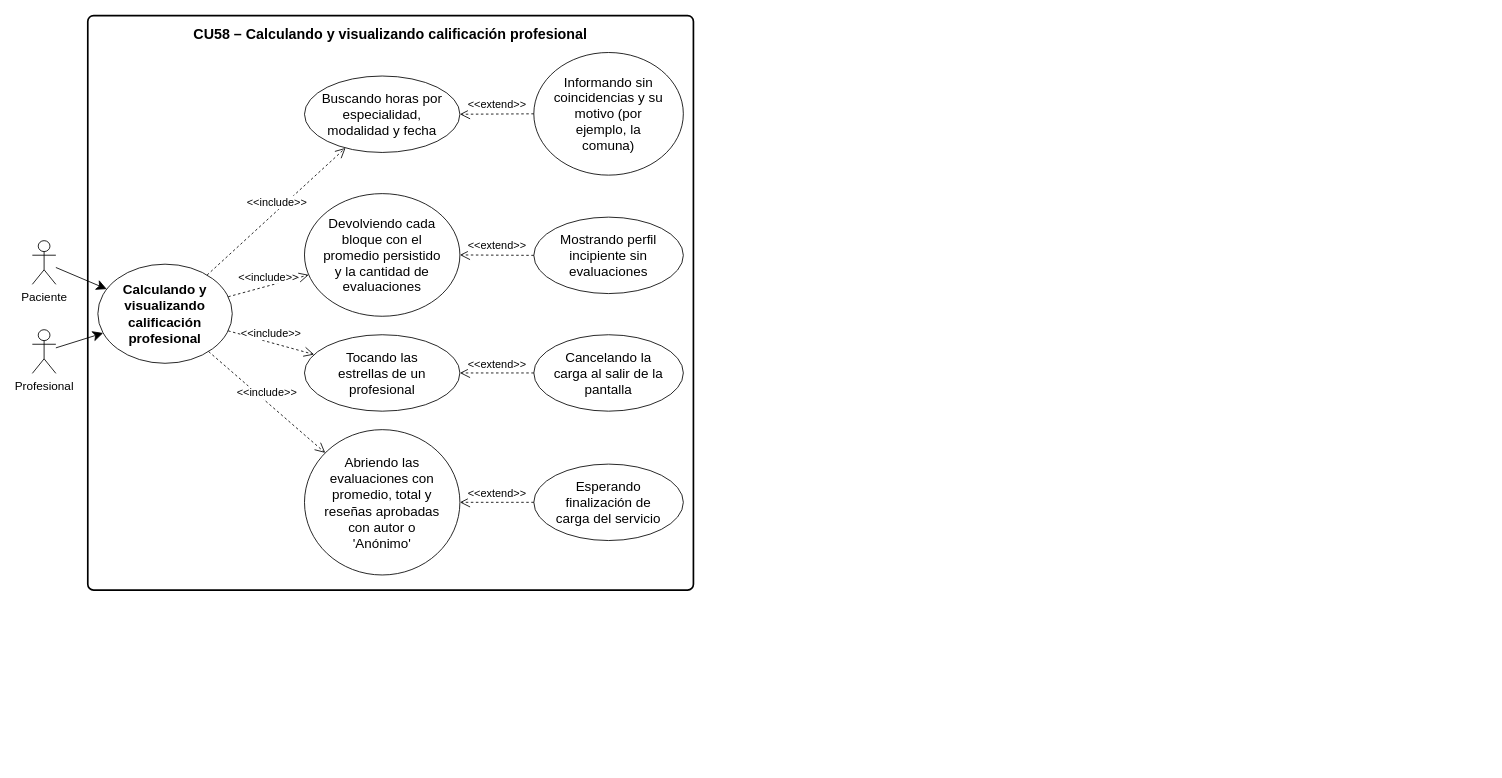
Before: Documento 0/Diagramas de CU/CU58.drawio in souln4me/IDS_Documentacion_Grupo17, a draw.io diagram. Source tidied: cells renumbered, new cells numbered last; positions are measured from the earlier drawing's top-left corner, leaving out a move shared by most shapes. Both pictures are drawn from the tidied source at 84%, with x=0, y=0 at pixel (32, 15).
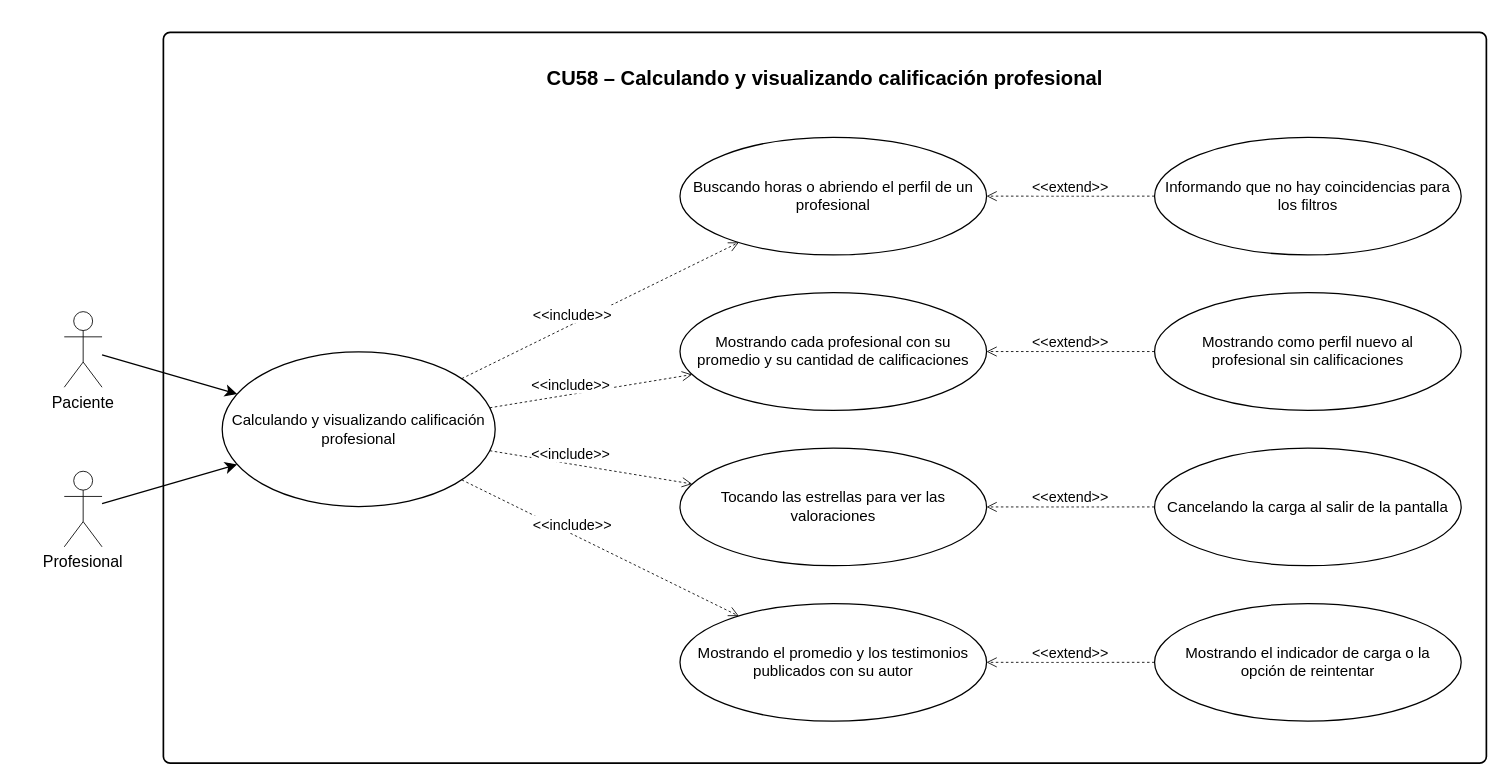
The same page after the edit.

Diff of the diagram source:
```diff
@@
-<mxGraphModel>
+<mxGraphModel background="#ffffff">
@@
-    <mxCell id="2" style="rounded=1;whiteSpace=wrap;html=1;absoluteArcSize=1;arcSize=14;strokeWidth=2;fillColor=none;" parent="1" vertex="1">
-      <mxGeometry x="66" width="721" height="684" as="geometry" />
-    </mxCell>
+    <mxCell id="25" style="rounded=1;whiteSpace=wrap;html=0;absoluteArcSize=1;arcSize=16;strokeWidth=2;fillColor=none;strokeColor=#000000;" parent="1" vertex="1">
+      <mxGeometry x="156" y="20" width="1575" height="870" as="geometry" />
+    </mxCell>
-    <mxCell id="3" value="CU58 – Calculando y visualizando calificación profesional" style="text;html=1;align=center;verticalAlign=middle;fontStyle=1;strokeColor=none;fillColor=none;fontSize=17;whiteSpace=wrap;" parent="1" vertex="1">
-      <mxGeometry x="76" y="6" width="701" height="34" as="geometry" />
+    <mxCell id="3" value="CU58 – Calculando y visualizando calificación profesional" style="text;html=0;align=center;verticalAlign=middle;fontStyle=1;strokeColor=none;fillColor=none;fontSize=24;fontFamily=Arial;fontColor=#000000;" parent="1" vertex="1">
+      <mxGeometry x="186" y="40" width="1515" height="65" as="geometry" />
     </mxCell>
-    <mxCell id="4" value="Calculando y visualizando calificación profesional" style="ellipse;whiteSpace=wrap;html=1;fontSize=16;spacing=0;spacingLeft=18;spacingRight=18;fontStyle=1;" parent="1" vertex="1">
-      <mxGeometry x="78" y="296" width="160" height="118" as="geometry" />
+    <mxCell id="4" value="Calculando y visualizando calificación profesional" style="ellipse;whiteSpace=wrap;html=0;align=center;verticalAlign=middle;fillColor=#FFFFFF;strokeColor=#000000;strokeWidth=1.5;fontFamily=Arial;fontSize=18;fontColor=#000000;spacing=12;" parent="1" vertex="1">
+      <mxGeometry x="226" y="400.5" width="325" height="184" as="geometry" />
     </mxCell>
-    <mxCell id="5" value="Buscando horas por especialidad, modalidad y fecha" style="ellipse;whiteSpace=wrap;html=1;fontSize=16;spacing=0;spacingLeft=20;spacingRight=20;" parent="1" vertex="1">
-      <mxGeometry x="324" y="72" width="185" height="91" as="geometry" />
-    </mxCell>
-    <mxCell id="6" value="&amp;lt;&amp;lt;include&amp;gt;&amp;gt;" style="html=1;verticalAlign=bottom;labelBackgroundColor=#ffffff;endArrow=open;dashed=1;endSize=10;curved=0;rounded=0;fontSize=13;" parent="1" edge="1" source="4" target="5">
-      <mxGeometry relative="1" as="geometry" />
-    </mxCell>
-    <mxCell id="7" value="Informando sin coincidencias y su motivo (por ejemplo, la comuna)" style="ellipse;whiteSpace=wrap;html=1;fontSize=16;spacing=0;spacingLeft=20;spacingRight=20;" parent="1" vertex="1">
-      <mxGeometry x="597" y="44" width="178" height="146" as="geometry" />
-    </mxCell>
-    <mxCell id="8" value="&amp;lt;&amp;lt;extend&amp;gt;&amp;gt;" style="html=1;verticalAlign=bottom;labelBackgroundColor=#ffffff;endArrow=open;dashed=1;endSize=10;curved=0;rounded=0;fontSize=13;" parent="1" edge="1" source="7" target="5">
-      <mxGeometry relative="1" as="geometry" />
-    </mxCell>
-    <mxCell id="9" value="Devolviendo cada bloque con el promedio persistido y la cantidad de evaluaciones" style="ellipse;whiteSpace=wrap;html=1;fontSize=16;spacing=0;spacingLeft=20;spacingRight=20;" parent="1" vertex="1">
-      <mxGeometry x="324" y="212" width="185" height="146" as="geometry" />
-    </mxCell>
-    <mxCell id="10" value="&amp;lt;&amp;lt;include&amp;gt;&amp;gt;" style="html=1;verticalAlign=bottom;labelBackgroundColor=#ffffff;endArrow=open;dashed=1;endSize=10;curved=0;rounded=0;fontSize=13;" parent="1" edge="1" source="4" target="9">
-      <mxGeometry relative="1" as="geometry" />
-    </mxCell>
-    <mxCell id="11" value="Mostrando perfil incipiente sin evaluaciones" style="ellipse;whiteSpace=wrap;html=1;fontSize=16;spacing=0;spacingLeft=20;spacingRight=20;" parent="1" vertex="1">
-      <mxGeometry x="597" y="240" width="178" height="91" as="geometry" />
-    </mxCell>
-    <mxCell id="12" value="&amp;lt;&amp;lt;extend&amp;gt;&amp;gt;" style="html=1;verticalAlign=bottom;labelBackgroundColor=#ffffff;endArrow=open;dashed=1;endSize=10;curved=0;rounded=0;fontSize=13;" parent="1" edge="1" source="11" target="9">
-      <mxGeometry relative="1" as="geometry" />
-    </mxCell>
-    <mxCell id="13" value="Tocando las estrellas de un profesional" style="ellipse;whiteSpace=wrap;html=1;fontSize=16;spacing=0;spacingLeft=20;spacingRight=20;" parent="1" vertex="1">
-      <mxGeometry x="324" y="380" width="185" height="91" as="geometry" />
-    </mxCell>
-    <mxCell id="14" value="&amp;lt;&amp;lt;include&amp;gt;&amp;gt;" style="html=1;verticalAlign=bottom;labelBackgroundColor=#ffffff;endArrow=open;dashed=1;endSize=10;curved=0;rounded=0;fontSize=13;" parent="1" edge="1" source="4" target="13">
-      <mxGeometry relative="1" as="geometry" />
-    </mxCell>
-    <mxCell id="15" value="Cancelando la carga al salir de la pantalla" style="ellipse;whiteSpace=wrap;html=1;fontSize=16;spacing=0;spacingLeft=20;spacingRight=20;" parent="1" vertex="1">
-      <mxGeometry x="597" y="380" width="178" height="91" as="geometry" />
-    </mxCell>
-    <mxCell id="16" value="&amp;lt;&amp;lt;extend&amp;gt;&amp;gt;" style="html=1;verticalAlign=bottom;labelBackgroundColor=#ffffff;endArrow=open;dashed=1;endSize=10;curved=0;rounded=0;fontSize=13;" parent="1" edge="1" source="15" target="13">
-      <mxGeometry relative="1" as="geometry" />
-    </mxCell>
-    <mxCell id="17" value="Abriendo las evaluaciones con promedio, total y reseñas aprobadas con autor o 'Anónimo'" style="ellipse;whiteSpace=wrap;html=1;fontSize=16;spacing=0;spacingLeft=20;spacingRight=20;" parent="1" vertex="1">
-      <mxGeometry x="324" y="493" width="185" height="173" as="geometry" />
-    </mxCell>
-    <mxCell id="18" value="&amp;lt;&amp;lt;include&amp;gt;&amp;gt;" style="html=1;verticalAlign=bottom;labelBackgroundColor=#ffffff;endArrow=open;dashed=1;endSize=10;curved=0;rounded=0;fontSize=13;" parent="1" edge="1" source="4" target="17">
-      <mxGeometry relative="1" as="geometry" />
-    </mxCell>
-    <mxCell id="19" value="Esperando finalización de carga del servicio" style="ellipse;whiteSpace=wrap;html=1;fontSize=16;spacing=0;spacingLeft=20;spacingRight=20;" parent="1" vertex="1">
-      <mxGeometry x="597" y="534" width="178" height="91" as="geometry" />
-    </mxCell>
-    <mxCell id="20" value="&amp;lt;&amp;lt;extend&amp;gt;&amp;gt;" style="html=1;verticalAlign=bottom;labelBackgroundColor=#ffffff;endArrow=open;dashed=1;endSize=10;curved=0;rounded=0;fontSize=13;" parent="1" edge="1" source="19" target="17">
-      <mxGeometry relative="1" as="geometry" />
-    </mxCell>
-    <mxCell id="21" value="Paciente" style="shape=umlActor;verticalLabelPosition=bottom;verticalAlign=top;html=1;outlineConnect=0;fontSize=14;" parent="1" vertex="1">
-      <mxGeometry y="268" width="28" height="52" as="geometry" />
+    <mxCell id="21" value="Paciente" style="shape=umlActor;verticalLabelPosition=bottom;verticalAlign=top;html=0;outlineConnect=0;fillColor=#FFFFFF;strokeColor=#000000;fontFamily=Arial;fontSize=19;fontColor=#000000;" parent="1" vertex="1">
+      <mxGeometry x="38" y="352.5" width="45" height="90" as="geometry" />
     </mxCell>
-    <mxCell id="22" style="html=1;endArrow=classic;endSize=10;curved=0;rounded=0;" parent="1" edge="1" source="21" target="4">
+    <mxCell id="22" style="html=0;endArrow=classic;endSize=10;curved=0;rounded=0;strokeColor=#000000;strokeWidth=1.5;" parent="1" edge="1" source="21" target="4">
       <mxGeometry relative="1" as="geometry" />
     </mxCell>
-    <mxCell id="23" value="Profesional" style="shape=umlActor;verticalLabelPosition=bottom;verticalAlign=top;html=1;outlineConnect=0;fontSize=14;" parent="1" vertex="1">
-      <mxGeometry y="374" width="28" height="52" as="geometry" />
+    <mxCell id="23" value="Profesional" style="shape=umlActor;verticalLabelPosition=bottom;verticalAlign=top;html=0;outlineConnect=0;fillColor=#FFFFFF;strokeColor=#000000;fontFamily=Arial;fontSize=19;fontColor=#000000;" parent="1" vertex="1">
+      <mxGeometry x="38" y="542.5" width="45" height="90" as="geometry" />
     </mxCell>
-    <mxCell id="24" style="html=1;endArrow=classic;endSize=10;curved=0;rounded=0;" parent="1" edge="1" source="23" target="4">
+    <mxCell id="24" style="html=0;endArrow=classic;endSize=10;curved=0;rounded=0;strokeColor=#000000;strokeWidth=1.5;" parent="1" edge="1" source="23" target="4">
       <mxGeometry relative="1" as="geometry" />
     </mxCell>
+    <mxCell id="26" value="Buscando horas o abriendo el perfil de un profesional" style="ellipse;whiteSpace=wrap;html=0;align=center;verticalAlign=middle;fillColor=#FFFFFF;strokeColor=#000000;strokeWidth=1.5;fontFamily=Arial;fontSize=18;fontColor=#000000;spacing=12;" parent="1" vertex="1">
+      <mxGeometry x="771" y="145" width="365" height="140" as="geometry" />
+    </mxCell>
+    <mxCell id="27" value="&lt;&lt;include&gt;&gt;" style="html=0;verticalAlign=bottom;endArrow=open;endFill=0;dashed=1;endSize=10;curved=0;rounded=0;strokeColor=#000000;fontColor=#000000;fontFamily=Arial;fontSize=17;labelBackgroundColor=#FFFFFF;" parent="1" edge="1" source="4" target="26">
+      <mxGeometry x="-0.2" relative="1" as="geometry" />
+    </mxCell>
+    <mxCell id="28" value="Mostrando cada profesional con su promedio y su cantidad de calificaciones" style="ellipse;whiteSpace=wrap;html=0;align=center;verticalAlign=middle;fillColor=#FFFFFF;strokeColor=#000000;strokeWidth=1.5;fontFamily=Arial;fontSize=18;fontColor=#000000;spacing=12;" parent="1" vertex="1">
+      <mxGeometry x="771" y="330" width="365" height="140" as="geometry" />
+    </mxCell>
+    <mxCell id="29" value="&lt;&lt;include&gt;&gt;" style="html=0;verticalAlign=bottom;endArrow=open;endFill=0;dashed=1;endSize=10;curved=0;rounded=0;strokeColor=#000000;fontColor=#000000;fontFamily=Arial;fontSize=17;labelBackgroundColor=#FFFFFF;" parent="1" edge="1" source="4" target="28">
+      <mxGeometry x="-0.2" relative="1" as="geometry" />
+    </mxCell>
+    <mxCell id="30" value="Tocando las estrellas para ver las valoraciones" style="ellipse;whiteSpace=wrap;html=0;align=center;verticalAlign=middle;fillColor=#FFFFFF;strokeColor=#000000;strokeWidth=1.5;fontFamily=Arial;fontSize=18;fontColor=#000000;spacing=12;" parent="1" vertex="1">
+      <mxGeometry x="771" y="515" width="365" height="140" as="geometry" />
+    </mxCell>
+    <mxCell id="31" value="&lt;&lt;include&gt;&gt;" style="html=0;verticalAlign=bottom;endArrow=open;endFill=0;dashed=1;endSize=10;curved=0;rounded=0;strokeColor=#000000;fontColor=#000000;fontFamily=Arial;fontSize=17;labelBackgroundColor=#FFFFFF;" parent="1" edge="1" source="4" target="30">
+      <mxGeometry x="-0.2" relative="1" as="geometry" />
+    </mxCell>
+    <mxCell id="32" value="Mostrando el promedio y los testimonios publicados con su autor" style="ellipse;whiteSpace=wrap;html=0;align=center;verticalAlign=middle;fillColor=#FFFFFF;strokeColor=#000000;strokeWidth=1.5;fontFamily=Arial;fontSize=18;fontColor=#000000;spacing=12;" parent="1" vertex="1">
+      <mxGeometry x="771" y="700" width="365" height="140" as="geometry" />
+    </mxCell>
+    <mxCell id="33" value="&lt;&lt;include&gt;&gt;" style="html=0;verticalAlign=bottom;endArrow=open;endFill=0;dashed=1;endSize=10;curved=0;rounded=0;strokeColor=#000000;fontColor=#000000;fontFamily=Arial;fontSize=17;labelBackgroundColor=#FFFFFF;" parent="1" edge="1" source="4" target="32">
+      <mxGeometry x="-0.2" relative="1" as="geometry" />
+    </mxCell>
+    <mxCell id="34" value="Informando que no hay coincidencias para los filtros" style="ellipse;whiteSpace=wrap;html=0;align=center;verticalAlign=middle;fillColor=#FFFFFF;strokeColor=#000000;strokeWidth=1.5;fontFamily=Arial;fontSize=18;fontColor=#000000;spacing=12;" parent="1" vertex="1">
+      <mxGeometry x="1336" y="145" width="365" height="140" as="geometry" />
+    </mxCell>
+    <mxCell id="35" value="&lt;&lt;extend&gt;&gt;" style="html=0;verticalAlign=bottom;endArrow=open;endFill=0;dashed=1;endSize=10;curved=0;rounded=0;strokeColor=#000000;fontColor=#000000;fontFamily=Arial;fontSize=17;labelBackgroundColor=#FFFFFF;" parent="1" edge="1" source="34" target="26">
+      <mxGeometry relative="1" as="geometry" />
+    </mxCell>
+    <mxCell id="36" value="Mostrando como perfil nuevo al profesional sin calificaciones" style="ellipse;whiteSpace=wrap;html=0;align=center;verticalAlign=middle;fillColor=#FFFFFF;strokeColor=#000000;strokeWidth=1.5;fontFamily=Arial;fontSize=18;fontColor=#000000;spacing=12;" parent="1" vertex="1">
+      <mxGeometry x="1336" y="330" width="365" height="140" as="geometry" />
+    </mxCell>
+    <mxCell id="37" value="&lt;&lt;extend&gt;&gt;" style="html=0;verticalAlign=bottom;endArrow=open;endFill=0;dashed=1;endSize=10;curved=0;rounded=0;strokeColor=#000000;fontColor=#000000;fontFamily=Arial;fontSize=17;labelBackgroundColor=#FFFFFF;" parent="1" edge="1" source="36" target="28">
+      <mxGeometry relative="1" as="geometry" />
+    </mxCell>
+    <mxCell id="15" value="Cancelando la carga al salir de la pantalla" style="ellipse;whiteSpace=wrap;html=0;align=center;verticalAlign=middle;fillColor=#FFFFFF;strokeColor=#000000;strokeWidth=1.5;fontFamily=Arial;fontSize=18;fontColor=#000000;spacing=12;" parent="1" vertex="1">
+      <mxGeometry x="1336" y="515" width="365" height="140" as="geometry" />
+    </mxCell>
+    <mxCell id="38" value="&lt;&lt;extend&gt;&gt;" style="html=0;verticalAlign=bottom;endArrow=open;endFill=0;dashed=1;endSize=10;curved=0;rounded=0;strokeColor=#000000;fontColor=#000000;fontFamily=Arial;fontSize=17;labelBackgroundColor=#FFFFFF;" parent="1" edge="1" source="15" target="30">
+      <mxGeometry relative="1" as="geometry" />
+    </mxCell>
+    <mxCell id="39" value="Mostrando el indicador de carga o la opción de reintentar" style="ellipse;whiteSpace=wrap;html=0;align=center;verticalAlign=middle;fillColor=#FFFFFF;strokeColor=#000000;strokeWidth=1.5;fontFamily=Arial;fontSize=18;fontColor=#000000;spacing=12;" parent="1" vertex="1">
+      <mxGeometry x="1336" y="700" width="365" height="140" as="geometry" />
+    </mxCell>
+    <mxCell id="40" value="&lt;&lt;extend&gt;&gt;" style="html=0;verticalAlign=bottom;endArrow=open;endFill=0;dashed=1;endSize=10;curved=0;rounded=0;strokeColor=#000000;fontColor=#000000;fontFamily=Arial;fontSize=17;labelBackgroundColor=#FFFFFF;" parent="1" edge="1" source="39" target="32">
+      <mxGeometry relative="1" as="geometry" />
+    </mxCell>
```
